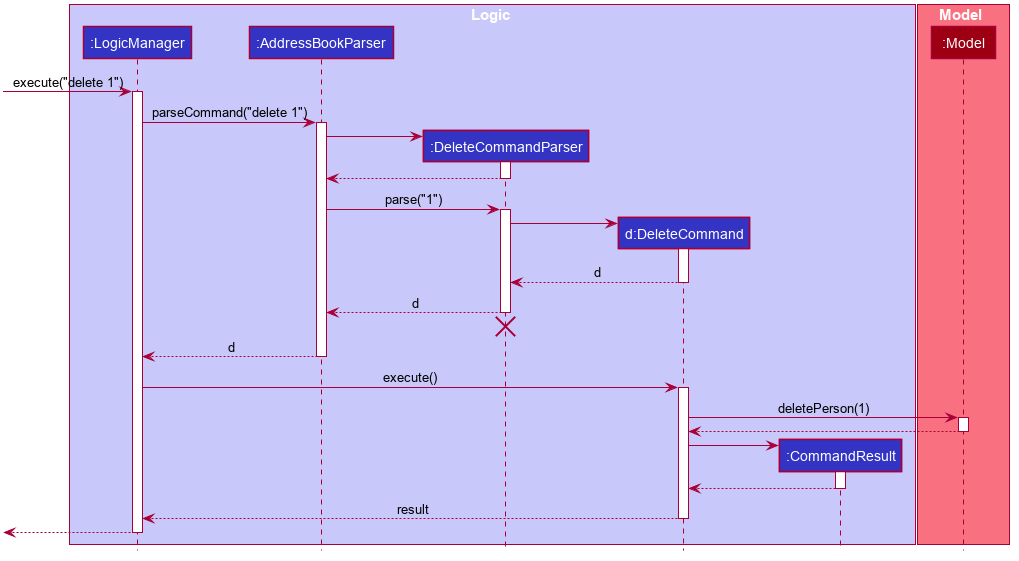
nus-cs2103-AY1920S1/addressbook-level3 keeps this PlantUML diagram as docs/images/DeleteSequenceDiagram.png. Above is the earlier version.
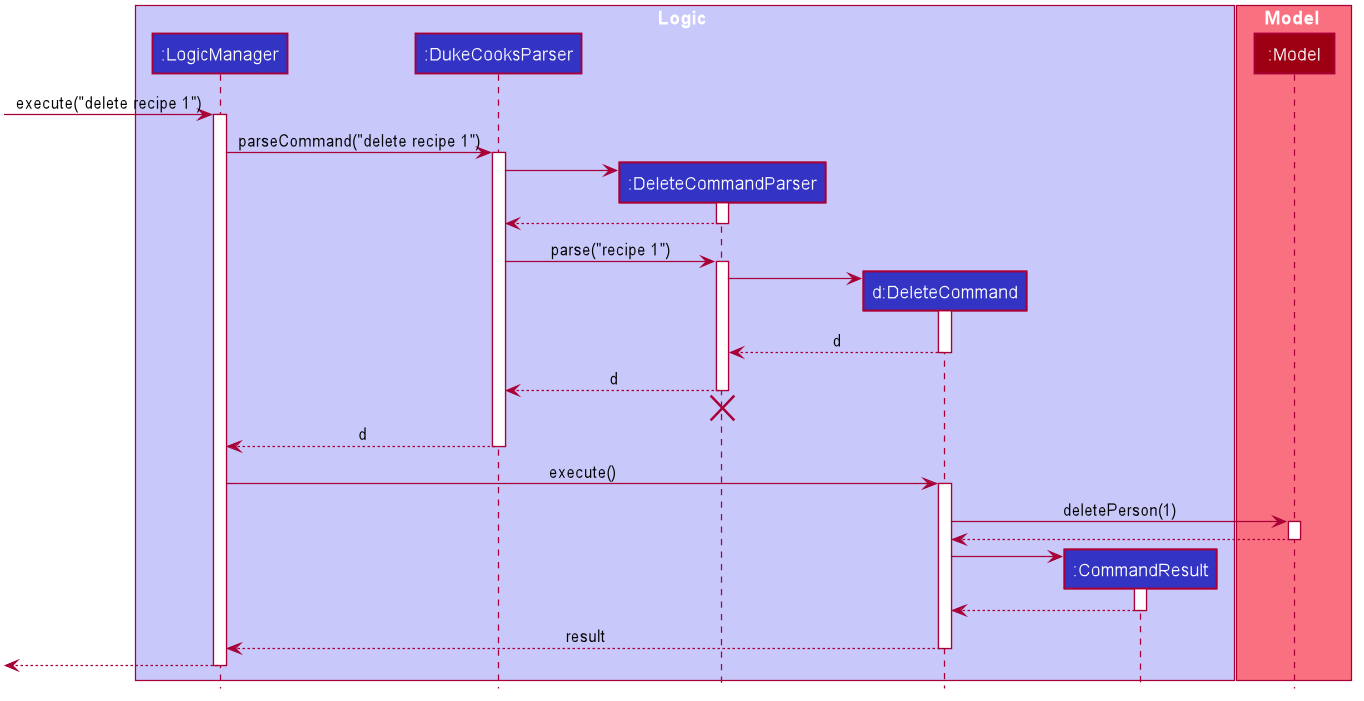
After the change.

Change to the diagram source:
```diff
@@ -50,7 +50,7 @@
 
 box Logic #C8C8FA
 participant ":LogicManager" as LogicManager #3333C4
-participant ":AddressBookParser" as AddressBookParser #3333C4
+participant ":DukeCooksParser" as DukeCooksParser #3333C4
 participant ":DeleteCommandParser" as DeleteCommandParser #3333C4
 participant "d:DeleteCommand" as DeleteCommand #3333C4
 participant ":CommandResult" as CommandResult #3333C4
@@ -60,20 +60,20 @@
 participant ":Model" as Model #9D0012
 end box
 
-[-> LogicManager : execute("delete 1")
+[-> LogicManager : execute("delete recipe 1")
 activate LogicManager
 
-LogicManager -> AddressBookParser : parseCommand("delete 1")
-activate AddressBookParser
+LogicManager -> DukeCooksParser : parseCommand("delete recipe 1")
+activate DukeCooksParser
 
 create DeleteCommandParser
-AddressBookParser -> DeleteCommandParser
+DukeCooksParser -> DeleteCommandParser
 activate DeleteCommandParser
 
-DeleteCommandParser --> AddressBookParser
+DeleteCommandParser --> DukeCooksParser
 deactivate DeleteCommandParser
 
-AddressBookParser -> DeleteCommandParser : parse("1")
+DukeCooksParser -> DeleteCommandParser : parse("recipe 1")
 activate DeleteCommandParser
 
 create DeleteCommand
@@ -83,13 +83,13 @@
 DeleteCommand --> DeleteCommandParser : d
 deactivate DeleteCommand
 
-DeleteCommandParser --> AddressBookParser : d
+DeleteCommandParser --> DukeCooksParser : d
 deactivate DeleteCommandParser
-DeleteCommandParser -[hidden]-> AddressBookParser
+DeleteCommandParser -[hidden]-> DukeCooksParser
 destroy DeleteCommandParser
 
-AddressBookParser --> LogicManager : d
-deactivate AddressBookParser
+DukeCooksParser --> LogicManager : d
+deactivate DukeCooksParser
 
 LogicManager -> DeleteCommand : execute()
 activate DeleteCommand
```
